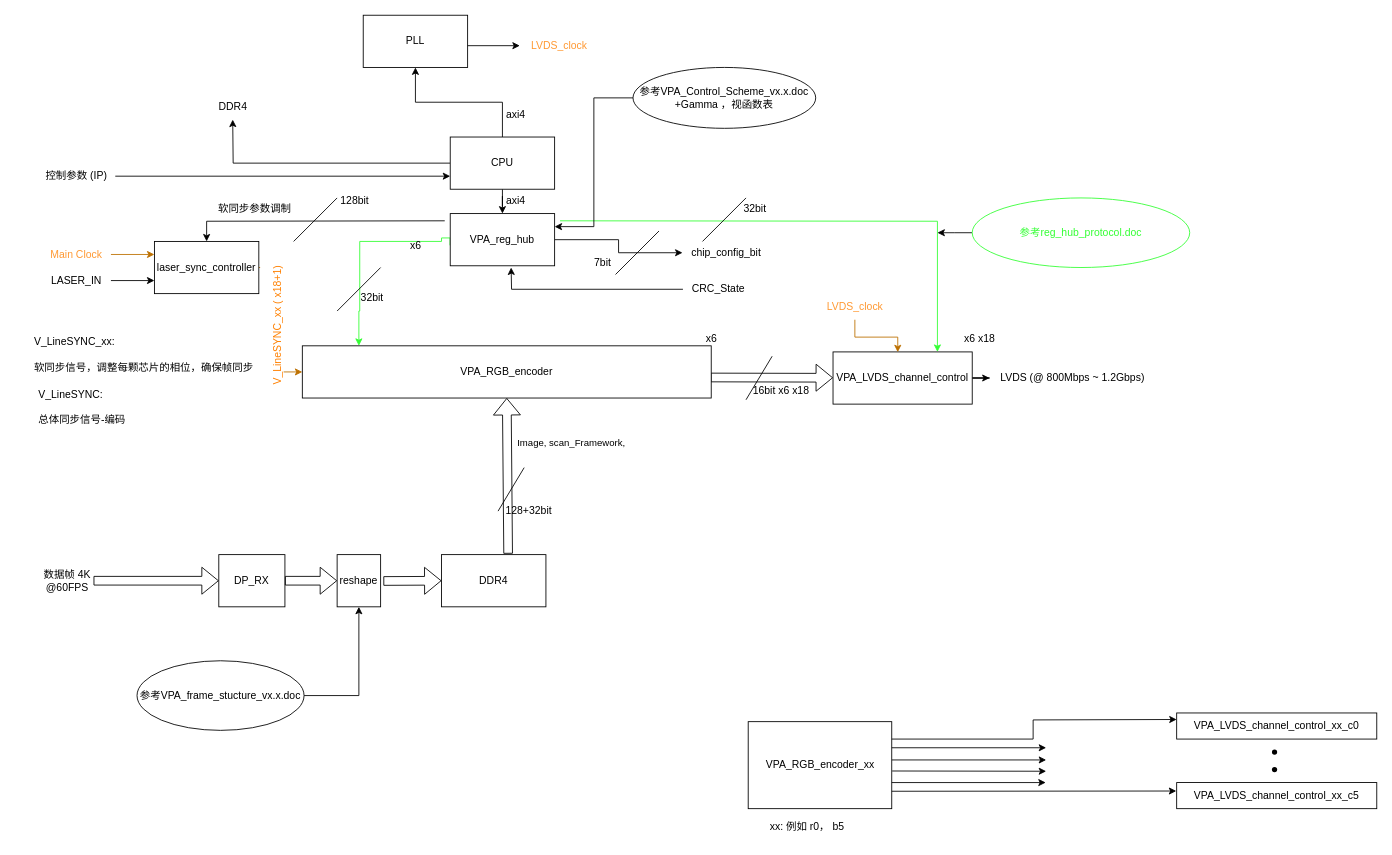
This is 总体设计文档.drawio from rl3721/VPA_documents, a draw.io file, before an edit. Source tidied: cells renumbered, new cells numbered last; positions are measured from the earlier drawing's top-left corner, leaving out a move shared by most shapes. Both pictures are drawn from the tidied source at 87%, with x=0, y=0 at pixel (32, 15).
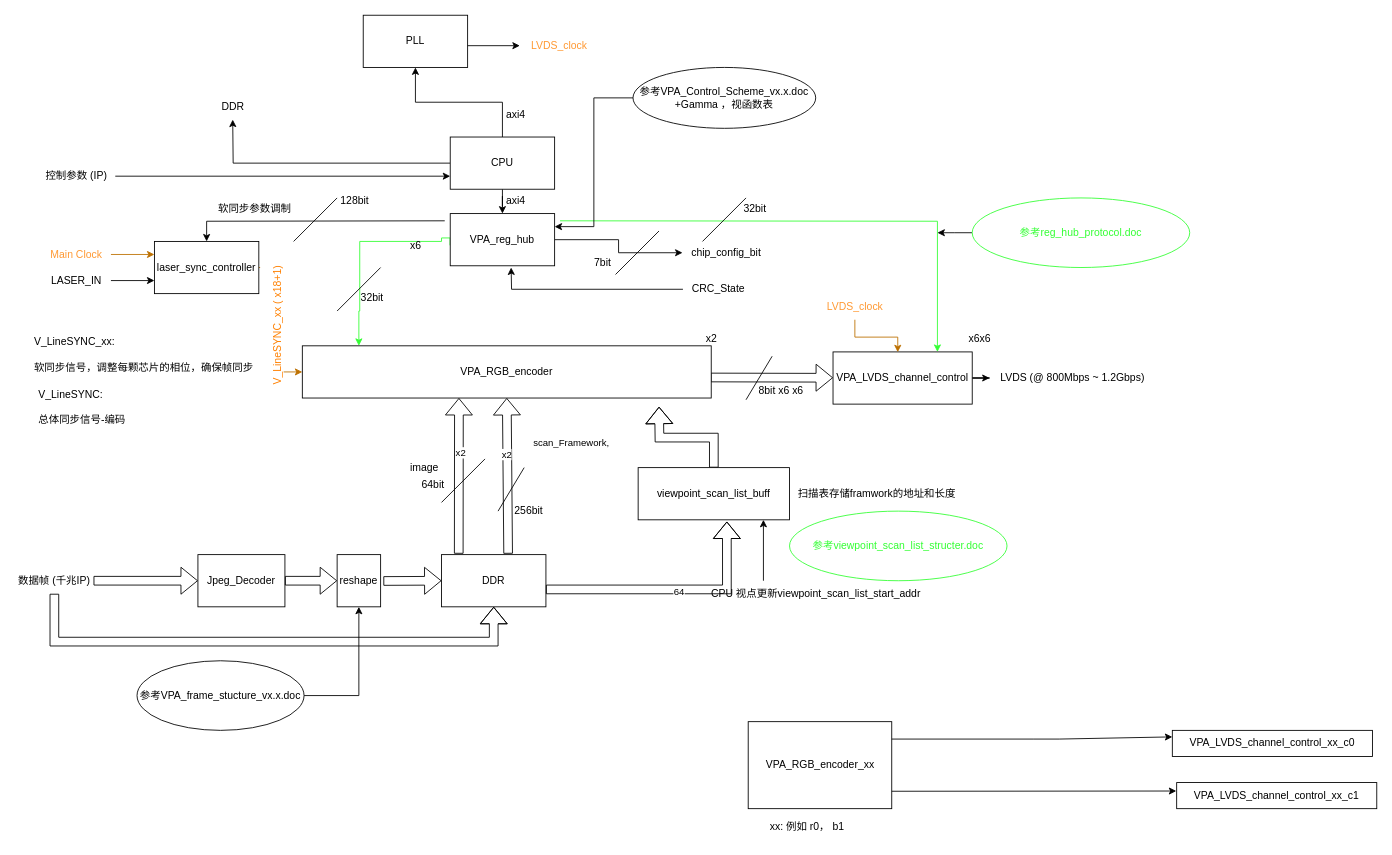
After the change.

The change refers to these unchanged cells:
```xml
<mxCell id="36" style="shape=flexArrow;endArrow=classic;html=1;rounded=0;exitX=0.638;exitY=-0.017;exitDx=0;exitDy=0;exitPerimeter=0;entryX=0.5;entryY=1;entryDx=0;entryDy=0;" parent="1" edge="1" source="8" target="35">
  <mxGeometry relative="1" as="geometry" />
</mxCell>
<mxCell id="43" value="VPA_RGB_encoder_xx" style="rounded=0;whiteSpace=wrap;html=1;" parent="1" vertex="1">
  <mxGeometry x="822.5" y="812" width="165" height="100" as="geometry" />
</mxCell>
```

Change to the diagram source:
```diff
@@
-    <mxCell id="8" value="DDR4" style="rounded=0;whiteSpace=wrap;html=1;" parent="1" vertex="1">
+    <mxCell id="8" value="DDR" style="rounded=0;whiteSpace=wrap;html=1;" parent="1" vertex="1">
       <mxGeometry x="470" y="620" width="120" height="60" as="geometry" />
     </mxCell>
-    <mxCell id="9" value="DP_RX" style="rounded=0;whiteSpace=wrap;html=1;" parent="1" vertex="1">
-      <mxGeometry x="214" y="620" width="76" height="60" as="geometry" />
+    <mxCell id="9" value="Jpeg_Decoder" style="rounded=0;whiteSpace=wrap;html=1;" parent="1" vertex="1">
+      <mxGeometry x="190" y="620" width="100" height="60" as="geometry" />
     </mxCell>
-    <mxCell id="10" value="数据帧 4K @60FPS" style="text;html=1;strokeColor=none;fillColor=none;align=center;verticalAlign=middle;whiteSpace=wrap;rounded=0;" parent="1" vertex="1">
-      <mxGeometry x="10" y="635" width="60" height="30" as="geometry" />
+    <mxCell id="10" value="数据帧 &lt;span style=&quot;background-color: transparent; color: light-dark(rgb(0, 0, 0), rgb(255, 255, 255));&quot;&gt;(千兆IP)&lt;/span&gt;" style="text;html=1;strokeColor=none;fillColor=none;align=center;verticalAlign=middle;whiteSpace=wrap;rounded=0;" parent="1" vertex="1">
+      <mxGeometry x="-20" y="635" width="90" height="30" as="geometry" />
     </mxCell>
@@
-    <mxCell id="18" value="16bit x6 x18" style="text;html=1;align=center;verticalAlign=middle;strokeColor=none;fillColor=none;" parent="1" vertex="1">
-      <mxGeometry x="815" y="417" width="90" height="30" as="geometry" />
+    <mxCell id="18" value="8bit x6 x6" style="text;html=1;align=center;verticalAlign=middle;strokeColor=none;fillColor=none;" parent="1" vertex="1">
+      <mxGeometry x="825" y="417" width="70" height="30" as="geometry" />
     </mxCell>
@@
-    <mxCell id="32" value="x6 x18&amp;nbsp;" style="text;html=1;align=center;verticalAlign=middle;strokeColor=none;fillColor=none;" parent="1" vertex="1">
-      <mxGeometry x="1060" y="357" width="60" height="30" as="geometry" />
+    <mxCell id="32" value="x6x6&amp;nbsp;" style="text;html=1;align=center;verticalAlign=middle;strokeColor=none;fillColor=none;" parent="1" vertex="1">
+      <mxGeometry x="1065" y="357" width="50" height="30" as="geometry" />
     </mxCell>
@@
+    <mxCell id="81" value="x2" style="edgeLabel;html=1;align=center;verticalAlign=middle;" parent="36" vertex="1">
+      <mxGeometry x="0.24" y="-1" relative="1" as="geometry">
+        <mxPoint x="-2" y="-3" as="offset" />
+      </mxGeometry>
+    </mxCell>
-    <mxCell id="37" value="Image,&amp;nbsp;scan_Framework, &lt;br&gt;" style="edgeLabel;html=1;align=center;verticalAlign=middle;" parent="1" vertex="1">
+    <mxCell id="37" value="scan_Framework, " style="edgeLabel;html=1;align=center;verticalAlign=middle;" parent="1" vertex="1">
       <mxGeometry x="610" y="490" as="geometry">
         <mxPoint x="8" y="1" as="offset" />
       </mxGeometry>
     </mxCell>
-    <mxCell id="38" value="x6" style="text;html=1;align=center;verticalAlign=middle;strokeColor=none;fillColor=none;" parent="1" vertex="1">
+    <mxCell id="38" value="x2" style="text;html=1;align=center;verticalAlign=middle;strokeColor=none;fillColor=none;" parent="1" vertex="1">
       <mxGeometry x="760" y="357" width="40" height="30" as="geometry" />
     </mxCell>
@@
-    <mxCell id="40" value="128+32bit" style="text;html=1;align=center;verticalAlign=middle;strokeColor=none;fillColor=none;" parent="1" vertex="1">
-      <mxGeometry x="530" y="555" width="80" height="30" as="geometry" />
+    <mxCell id="40" value="256bit" style="text;html=1;align=center;verticalAlign=middle;strokeColor=none;fillColor=none;" parent="1" vertex="1">
+      <mxGeometry x="540" y="555" width="60" height="30" as="geometry" />
     </mxCell>
@@
-    <mxCell id="44" style="endArrow=classic;html=1;rounded=0;exitX=1;exitY=0.25;exitDx=0;exitDy=0;" parent="1" edge="1">
-      <mxGeometry relative="1" as="geometry">
-        <mxPoint x="987.5" y="842" as="sourcePoint" />
-        <mxPoint x="1165" y="842" as="targetPoint" />
-      </mxGeometry>
-    </mxCell>
-    <mxCell id="45" style="endArrow=classic;html=1;rounded=0;exitX=1;exitY=0.25;exitDx=0;exitDy=0;" parent="1" edge="1">
-      <mxGeometry relative="1" as="geometry">
-        <mxPoint x="987.5" y="882" as="sourcePoint" />
-        <mxPoint x="1164.5" y="882" as="targetPoint" />
-      </mxGeometry>
-    </mxCell>
-    <mxCell id="46" style="endArrow=classic;html=1;rounded=0;exitX=1.001;exitY=0.44;exitDx=0;exitDy=0;exitPerimeter=0;" parent="1" edge="1" source="43">
-      <mxGeometry relative="1" as="geometry">
-        <mxPoint x="1165" y="856" as="targetPoint" />
-      </mxGeometry>
-    </mxCell>
-    <mxCell id="47" style="endArrow=classic;html=1;rounded=0;exitX=1.003;exitY=0.567;exitDx=0;exitDy=0;exitPerimeter=0;" parent="1" edge="1" source="43">
-      <mxGeometry relative="1" as="geometry">
-        <mxPoint x="1165" y="869" as="targetPoint" />
-      </mxGeometry>
-    </mxCell>
     <mxCell id="48" style="endArrow=classic;html=1;rounded=0;exitX=1;exitY=0.25;exitDx=0;exitDy=0;entryX=0;entryY=0.25;entryDx=0;entryDy=0;" parent="1" edge="1" target="50">
       <mxGeometry relative="1" as="geometry">
         <mxPoint x="987.5" y="832" as="sourcePoint" />
         <Array as="points">
           <mxPoint x="1150" y="832" />
-          <mxPoint x="1150" y="810" />
+          <mxPoint x="1180" y="832" />
         </Array>
       </mxGeometry>
     </mxCell>
@@
     <mxCell id="50" value="VPA_LVDS_channel_control_xx_c0" style="rounded=0;whiteSpace=wrap;html=1;" parent="1" vertex="1">
-      <mxGeometry x="1315" y="802" width="230" height="30" as="geometry" />
+      <mxGeometry x="1310" y="822" width="230" height="30" as="geometry" />
     </mxCell>
-    <mxCell id="51" value="VPA_LVDS_channel_control_xx_c5" style="rounded=0;whiteSpace=wrap;html=1;" parent="1" vertex="1">
+    <mxCell id="51" value="VPA_LVDS_channel_control_xx_c1" style="rounded=0;whiteSpace=wrap;html=1;" parent="1" vertex="1">
       <mxGeometry x="1315" y="882" width="230" height="30" as="geometry" />
     </mxCell>
-    <mxCell id="52" style="shape=waypoint;sketch=0;size=6;fillColor=none;perimeter=centerPerimeter;" parent="1" vertex="1">
-      <mxGeometry x="1417.5" y="837" width="20" height="20" as="geometry" />
-    </mxCell>
-    <mxCell id="53" style="shape=waypoint;sketch=0;size=6;fillColor=none;perimeter=centerPerimeter;" parent="1" vertex="1">
-      <mxGeometry x="1417.5" y="857" width="20" height="20" as="geometry" />
-    </mxCell>
@@
-    <mxCell id="59" value="DDR4" style="text;html=1;align=center;verticalAlign=middle;strokeColor=none;fillColor=none;" parent="1" vertex="1">
-      <mxGeometry x="200" y="90" width="60" height="30" as="geometry" />
+    <mxCell id="59" value="DDR" style="text;html=1;align=center;verticalAlign=middle;strokeColor=none;fillColor=none;" parent="1" vertex="1">
+      <mxGeometry x="205" y="90" width="50" height="30" as="geometry" />
     </mxCell>
@@
-    <mxCell id="77" value="xx: 例如 r0， b5" style="text;html=1;align=center;verticalAlign=middle;strokeColor=none;fillColor=none;" parent="1" vertex="1">
+    <mxCell id="77" value="xx: 例如 r0， b1" style="text;html=1;align=center;verticalAlign=middle;strokeColor=none;fillColor=none;" parent="1" vertex="1">
       <mxGeometry x="835" y="918" width="110" height="30" as="geometry" />
     </mxCell>
@@
+    <mxCell id="82" style="edgeStyle=orthogonalEdgeStyle;rounded=0;jettySize=auto;html=1;shape=flexArrow;" parent="1" edge="1" source="83">
+      <mxGeometry relative="1" as="geometry">
+        <mxPoint x="720" y="450" as="targetPoint" />
+      </mxGeometry>
+    </mxCell>
+    <mxCell id="83" value="viewpoint_scan_list_buff" style="rounded=0;whiteSpace=wrap;html=1;" parent="1" vertex="1">
+      <mxGeometry x="696" y="520" width="174" height="60" as="geometry" />
+    </mxCell>
+    <mxCell id="84" style="shape=flexArrow;endArrow=classic;html=1;rounded=0;entryX=0.586;entryY=1.033;entryDx=0;entryDy=0;entryPerimeter=0;" parent="1" edge="1" target="83">
+      <mxGeometry relative="1" as="geometry">
+        <mxPoint x="590" y="660" as="sourcePoint" />
+        <Array as="points">
+          <mxPoint x="798" y="660" />
+        </Array>
+      </mxGeometry>
+    </mxCell>
+    <mxCell id="85" value="64" style="edgeLabel;html=1;align=center;verticalAlign=middle;" parent="84" vertex="1">
+      <mxGeometry x="0.06" y="-2" relative="1" as="geometry" />
+    </mxCell>
+    <mxCell id="86" value="扫描表存储framwork的地址和长度" style="text;html=1;align=center;verticalAlign=middle;strokeColor=none;fillColor=none;" parent="1" vertex="1">
+      <mxGeometry x="870" y="535" width="200" height="30" as="geometry" />
+    </mxCell>
+    <mxCell id="87" style="endArrow=classic;html=1;rounded=0;" parent="1" edge="1">
+      <mxGeometry relative="1" as="geometry">
+        <mxPoint x="840" y="650" as="sourcePoint" />
+        <mxPoint x="840" y="580" as="targetPoint" />
+      </mxGeometry>
+    </mxCell>
+    <mxCell id="88" value="CPU 视点更新viewpoint_scan_list_start_addr" style="text;html=1;align=center;verticalAlign=middle;strokeColor=none;fillColor=none;" parent="1" vertex="1">
+      <mxGeometry x="770" y="650" width="260" height="30" as="geometry" />
+    </mxCell>
+    <mxCell id="89" value="&lt;font color=&quot;#33ff33&quot;&gt;参考viewpoint_scan_list_structer.doc&lt;/font&gt;" style="ellipse;whiteSpace=wrap;html=1;strokeColor=#33FF33;" parent="1" vertex="1">
+      <mxGeometry x="870" y="570" width="250" height="80" as="geometry" />
+    </mxCell>
+    <mxCell id="90" style="shape=flexArrow;endArrow=classic;html=1;rounded=0;exitX=0.165;exitY=-0.017;exitDx=0;exitDy=0;exitPerimeter=0;entryX=0.5;entryY=1;entryDx=0;entryDy=0;" parent="1" edge="1" source="8">
+      <mxGeometry relative="1" as="geometry">
+        <mxPoint x="490" y="440" as="targetPoint" />
+      </mxGeometry>
+    </mxCell>
+    <mxCell id="91" value="image" style="text;html=1;align=center;verticalAlign=middle;strokeColor=none;fillColor=none;" parent="1" vertex="1">
+      <mxGeometry x="420" y="505" width="60" height="30" as="geometry" />
+    </mxCell>
+    <mxCell id="92" value="64bit" style="text;html=1;align=center;verticalAlign=middle;strokeColor=none;fillColor=none;" parent="1" vertex="1">
+      <mxGeometry x="435" y="525" width="50" height="30" as="geometry" />
+    </mxCell>
+    <mxCell id="93" style="endArrow=none;html=1;rounded=0;" parent="1" edge="1">
+      <mxGeometry relative="1" as="geometry">
+        <mxPoint x="470" y="560" as="sourcePoint" />
+        <mxPoint x="520" y="510" as="targetPoint" />
+      </mxGeometry>
+    </mxCell>
+    <mxCell id="94" value="x2" style="edgeLabel;html=1;align=center;verticalAlign=middle;" parent="1" vertex="1">
+      <mxGeometry x="650" y="555" as="geometry">
+        <mxPoint x="-159" y="-53" as="offset" />
+      </mxGeometry>
+    </mxCell>
+    <mxCell id="95" style="shape=flexArrow;endArrow=classic;html=1;rounded=0;exitX=0.5;exitY=1;exitDx=0;exitDy=0;entryX=0.5;entryY=1;entryDx=0;entryDy=0;" parent="1" edge="1" source="10" target="8">
+      <mxGeometry relative="1" as="geometry">
+        <Array as="points">
+          <mxPoint x="25" y="720" />
+          <mxPoint x="530" y="720" />
+        </Array>
+      </mxGeometry>
+    </mxCell>
```
